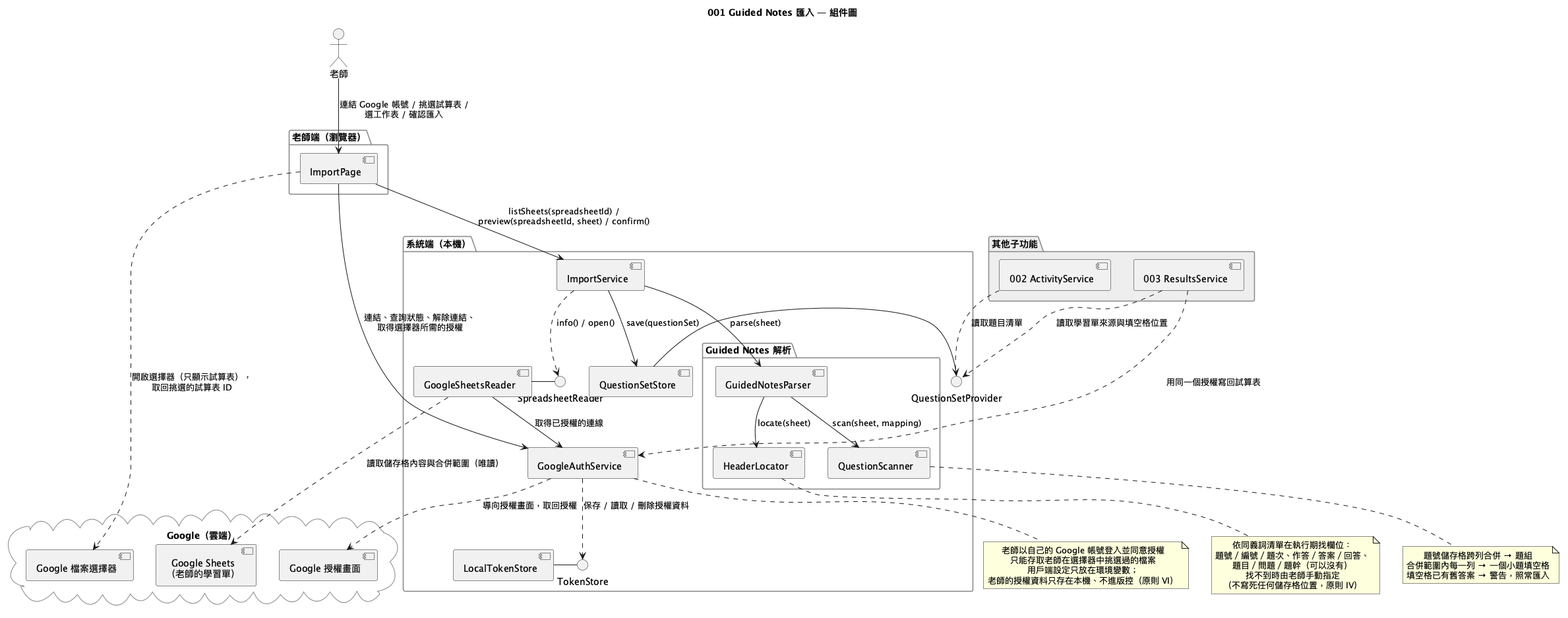
Ting10-01/quiz_buzzer_speckit keeps this PlantUML diagram as diagrams/001-component.png. Above is the earlier version. Source of this version:
```plantuml
@startuml
title 001 Guided Notes 匯入 — 組件圖
skinparam shadowing false
skinparam componentStyle uml2
skinparam defaultTextAlignment center
skinparam package {
  BackgroundColor #FAFAFA
  BorderColor #888888
}

actor "老師" as Teacher

cloud "Google（雲端）" {
  [Google 授權畫面] as GoogleConsent
  [Google 檔案選擇器] as GooglePicker
  [Google Sheets\n（老師的學習單）] as GoogleSheets
}

package "老師端（瀏覽器）" {
  [ImportPage] as ImportPage
}

package "系統端（本機）" {
  [GoogleAuthService] as Auth
  () "TokenStore" as ITokenStore
  [LocalTokenStore] as LocalTokens
  [ImportService] as ImportService

  package "Guided Notes 解析" {
    [GuidedNotesParser] as Parser
    [HeaderLocator] as HeaderLocator
    [QuestionScanner] as QuestionScanner
  }

  () "SpreadsheetReader" as IReader
  [GoogleSheetsReader] as SheetsReader
  [QuestionSetStore] as Store
  () "QuestionSetProvider" as IProvider
}

package "其他子功能" #EEEEEE {
  [002 ActivityService] as Activity002
  [003 ResultsService] as Results003
}

Teacher --> ImportPage : 連結 Google 帳號 / 挑選試算表 /\n選工作表 / 確認匯入
ImportPage --> Auth : 連結、查詢狀態、解除連結、\n取得選擇器所需的授權
Auth ..> GoogleConsent : 導向授權畫面，取回授權
Auth ..> ITokenStore : 保存 / 讀取 / 刪除授權資料
LocalTokens - ITokenStore
ImportPage ..> GooglePicker : 開啟選擇器（只顯示試算表），\n取回挑選的試算表 ID
ImportPage --> ImportService : listSheets(spreadsheetId) /\npreview(spreadsheetId, sheet) / confirm()
ImportService ..> IReader : info() / open()
SheetsReader - IReader
SheetsReader --> Auth : 取得已授權的連線
SheetsReader ..> GoogleSheets : 讀取儲存格內容與合併範圍（唯讀）
ImportService --> Parser : parse(sheet)
Parser --> HeaderLocator : locate(sheet)
Parser --> QuestionScanner : scan(sheet, mapping)
ImportService --> Store : save(questionSet)
Store - IProvider
Activity002 ..> IProvider : 讀取題目清單
Results003 ..> IProvider : 讀取學習單來源與填空格位置
Results003 ..> Auth : 用同一個授權寫回試算表

note bottom of Auth
  老師以自己的 Google 帳號登入並同意授權
  只能存取老師在選擇器中挑選過的檔案
  用戶端設定只放在環境變數；
  老師的授權資料只存在本機、不進版控（原則 VI）
end note

note bottom of HeaderLocator
  依同義詞清單在執行期找欄位：
  題號／編號／題次、作答／答案／回答、
  題目／問題／題幹（可以沒有）
  找不到時由老師手動指定
  （不寫死任何儲存格位置，原則 IV）
end note

note bottom of QuestionScanner
  題號儲存格跨列合併 → 題組
  合併範圍內每一列 → 一個小題填空格
  填空格已有舊答案 → 警告，照常匯入
end note
@enduml
```
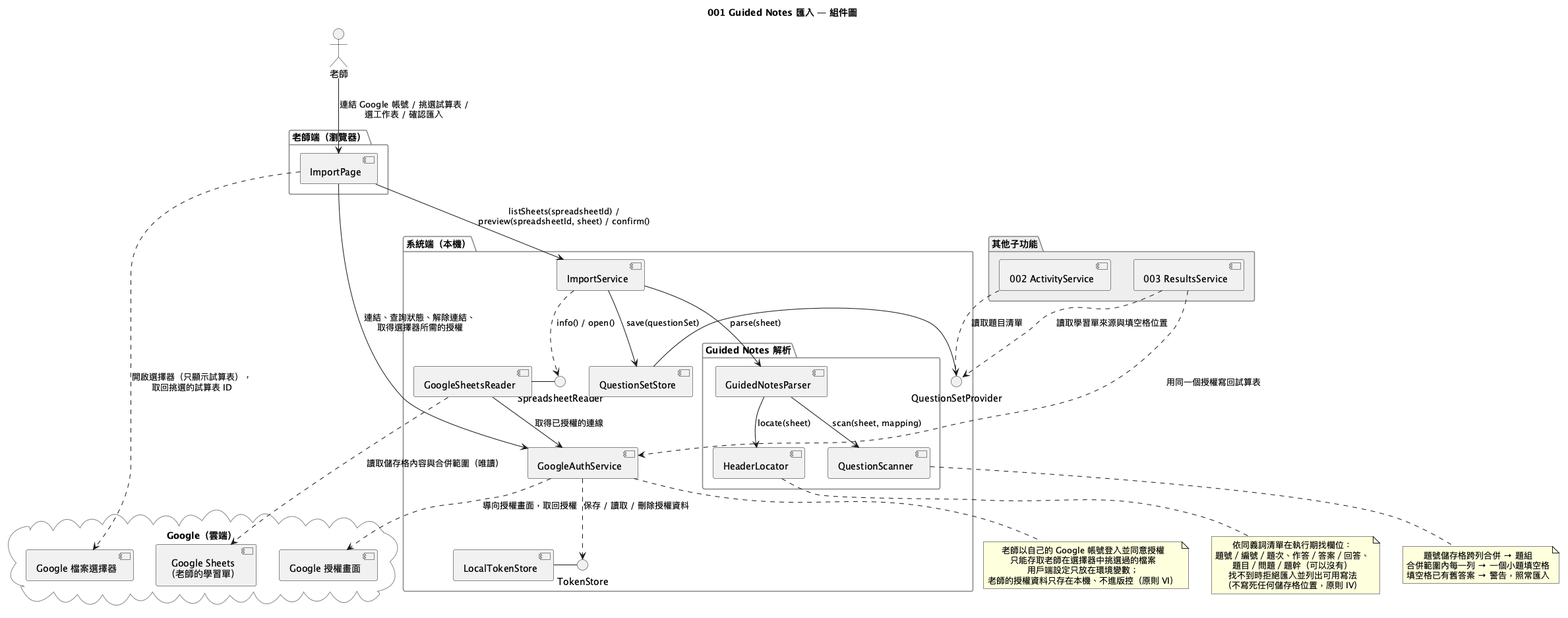
After the change.

Diff of the diagram source:
```diff
@@ -74,7 +74,7 @@
   依同義詞清單在執行期找欄位：
   題號／編號／題次、作答／答案／回答、
   題目／問題／題幹（可以沒有）
-  找不到時由老師手動指定
+  找不到時拒絕匯入並列出可用寫法
   （不寫死任何儲存格位置，原則 IV）
 end note
 
```
